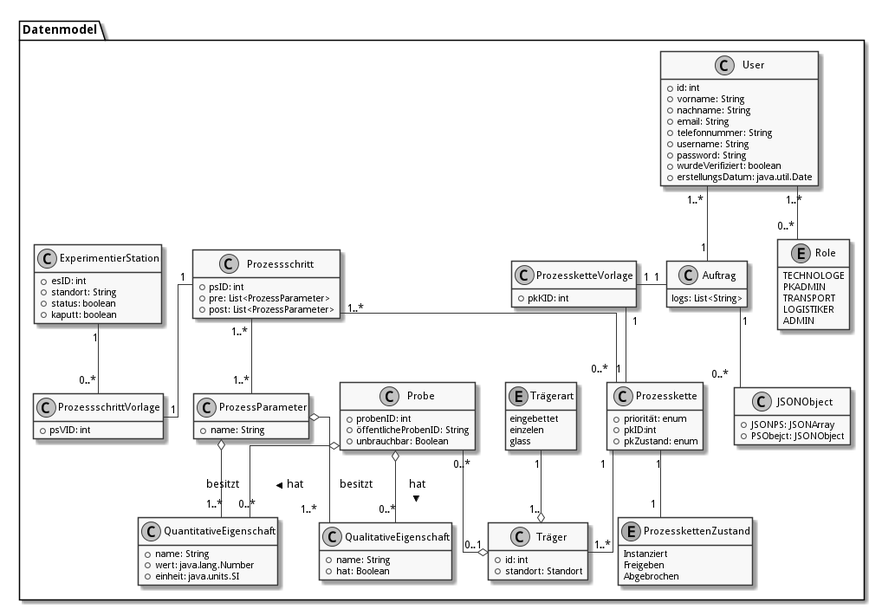
fkehlenb/softwareprojekt-2 keeps this PlantUML diagram as doc/UML/datenModel.png. Above is the earlier version.
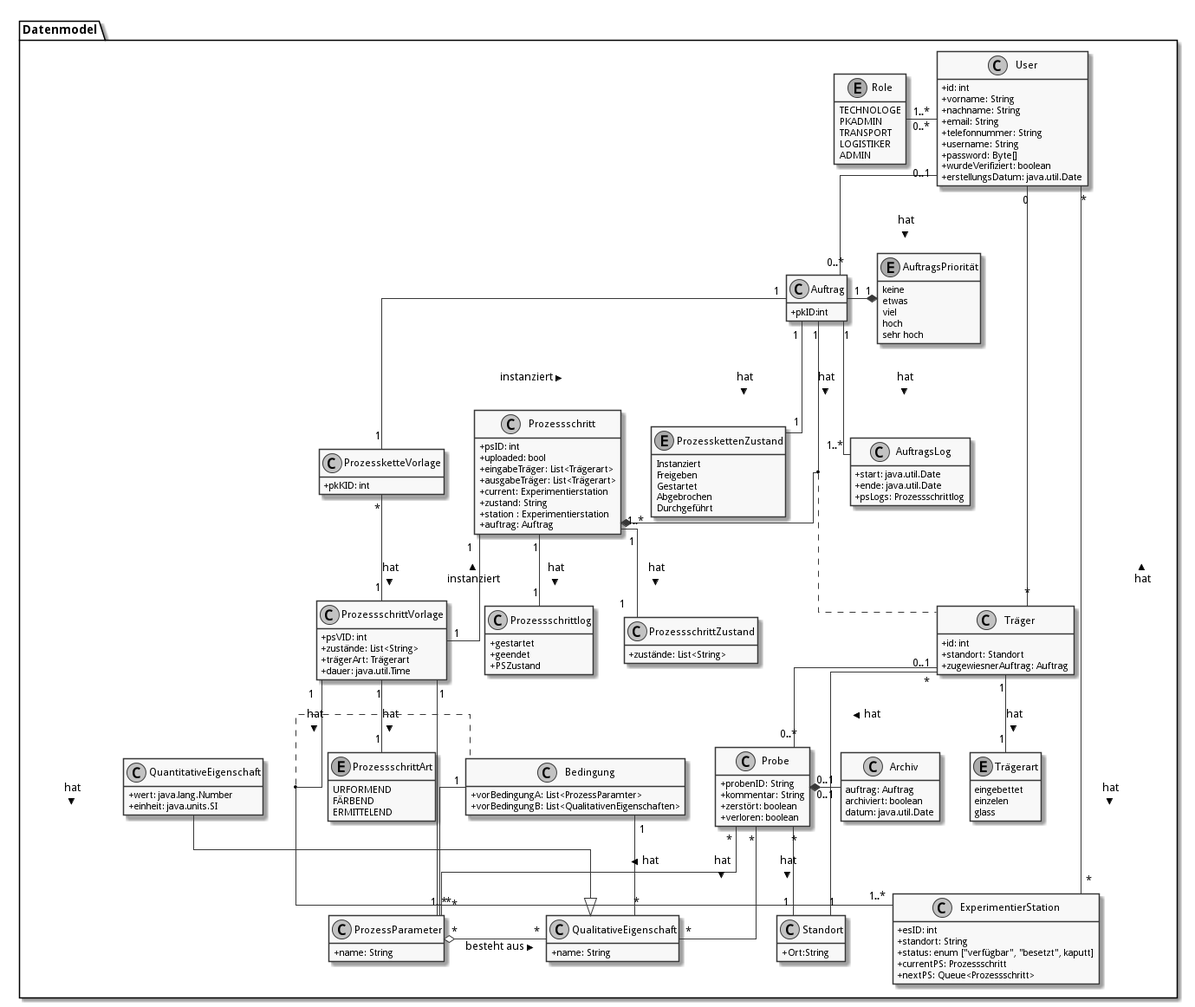
Above is the later version.

What changed in the source:
```diff
@@ -2,6 +2,7 @@
 skinparam monochrome true
 skinparam componentStyle uml2
 skinparam linetype ortho
+skinparam classAttributeIconSize 0
 
 
 hide empty members
@@ -22,21 +23,28 @@
   +email: String
   +telefonnummer: String
   +username: String
-  +password: String
+  +password: Byte[]
   +wurdeVerifiziert: boolean
   +erstellungsDatum: java.util.Date
 }
 
 
 class Probe {
-  +probenID: int
-  +öffentlicheProbenID: String
-  +unbrauchbar: Boolean
+  +probenID: String
+  +kommentar: String
+  +zerstört: boolean
+  +verloren: boolean
+}
+
+
+class Standort {
+  +Ort:String
 }
 
 class Träger {
   +id: int
   +standort: Standort
+  +zugewiesnerAuftrag: Auftrag
 }
 
 enum Trägerart {
@@ -45,25 +53,53 @@
   glass
 }
 
+class Archiv {
+auftrag: Auftrag
+archiviert: boolean
+datum: java.util.Date
+}
+
 class "QualitativeEigenschaft" as qualE {
   +name: String
-  +hat: Boolean
 }
 
 class "QuantitativeEigenschaft" as quantE {
-  +name: String
   +wert: java.lang.Number
   +einheit: java.units.SI
 }
 
 class "Prozessschritt" as ps {
   +psID: int
-  +pre: List<ProzessParameter>
-  +post: List<ProzessParameter>
+  +uploaded: bool
+  +eingabeTräger: List<Trägerart>
+  +ausgabeTräger: List<Trägerart>
+  +current: Experimentierstation
+  +zustand: String
+  +station : Experimentierstation
+  +auftrag: Auftrag
+}
+
+class Prozessschrittlog {
+  +gestartet
+  +geendet
+  +PSZustand
+}
+
+class ProzessschrittZustand {
+   +zustände: List<String>
 }
 
 class "ProzessschrittVorlage" as psV {
   +psVID: int
+  +zustände: List<String>
+  +trägerArt: Trägerart
+  +dauer: java.util.Time
+}
+
+enum ProzessschrittArt {
+URFORMEND
+FÄRBEND
+ERMITTELEND
 }
 
  class "ProzessParameter" as pp {
@@ -71,10 +107,23 @@
   }
 
 
-class "Prozesskette" as pk {
-  +priorität: enum
+class Auftrag {
   +pkID:int
-  +pkZustand: enum
+}
+
+class AuftragsLog {
+  +start: java.util.Date
+  +ende: java.util.Date
+  +psLogs: Prozessschrittlog
+}
+
+
+enum AuftragsPriorität {
+keine
+etwas
+viel
+hoch
+sehr hoch
 }
 
 class "ProzessketteVorlage" as pkV {
@@ -84,53 +133,71 @@
 enum "ProzesskettenZustand" as pkZ {
     Instanziert
     Freigeben
+    Gestartet
     Abgebrochen
+    Durchgeführt
+}
+
+class Bedingung {
+  +vorBedingungA: List<ProzessParamter>
+  +vorBedingungB: List<QualitativenEigenschaften>
 }
 
 class "ExperimentierStation" as es {
   +esID: int
   +standort: String
-  +status: boolean
-  +kaputt: boolean
-}
-
-class JSONObject {
-  +JSONPS: JSONArray
-  +PSObejct: JSONObject
-}
-
-class Auftrag {
-  logs: List<String>
+  +status: enum ["verfügbar", "besetzt", kaputt]
+  +currentPS: Prozessschritt
+  +nextPS: Queue<Prozessschritt>
 }
 
 
-  User "1..*" -- "0..*" Role
 
-  Probe o-- "0..*"quantE : hat >
-  Probe o-- "0..*"qualE : hat >
-  Trägerart"1" --o "1.." Träger
-  Probe "0..*"--o "0..1" Träger
+  User "0..*" -left- "1..*" Role
+  User "*" -- "*" es: < hat
+  User "0" --  "*" Träger
 
 
-  ps "1"--"1" psV
-  ps "1..*" -- "0..*" pk
+  User "0..1" -- "0..*" Auftrag: hat >
+  Auftrag "1" -* "1" AuftragsPriorität
+  Auftrag "1" -* "1..*" ps: hat >
+  Auftrag "1"  -- "1..*" AuftragsLog: hat >
+  Auftrag "1" -- "1" pkZ: hat >
+  Auftrag "1" -- "1" pkV: < instanziert
 
-  pkV "1" -- "1" pk
-
-  pk "1" -- "1" pkZ
-  pk "1" -- "1..*" Träger
-
-  ps "1..*" -- "1..*" pp
-  pp o-- "1..*" qualE: besitzt
-  pp o-- "1..*" quantE: besitzt
-
-  es "1" -- "0..*" psV
+  (Auftrag, ps) .. Träger
 
 
-  Auftrag "1" -down- "0..*" JSONObject
+  ps "1" -- "1" psV: < instanziert
+  ps "1"-- "1" Prozessschrittlog:  hat >
+  ps "1" -- "1" ProzessschrittZustand: hat >
 
-  pkV "1" -right-"1" Auftrag
 
-  User "1..*" -- "1" Auftrag
+  psV "1" --  "1" ProzessschrittArt: hat >
+  psV "1" -- "1..*" pp: hat >
+  psV "1" --"1..*" es: hat >
+
+  (psV, es) .. Bedingung
+
+ Träger "1" -- "1" Trägerart: hat >
+ Träger "0..1" -- "0..*" Probe: hat >
+ Träger "*" -- "1" Standort: hat >
+
+  pkV "*" -- "1" psV: hat >
+
+  Bedingung "1" -- "*" pp
+  Bedingung  "1" -- "*" qualE
+
+
+  Probe "0..1" *- "0..1" Archiv
+  Probe "*" -- "1" Standort: hat >
+  Probe "*" -- "*" pp: hat >
+  Probe "*" -- "*" qualE: hat >
+
+  pp "*" o- "*" qualE: besteht aus >
+
+
+  quantE --|> qualE
+
 }
 @enduml
```
